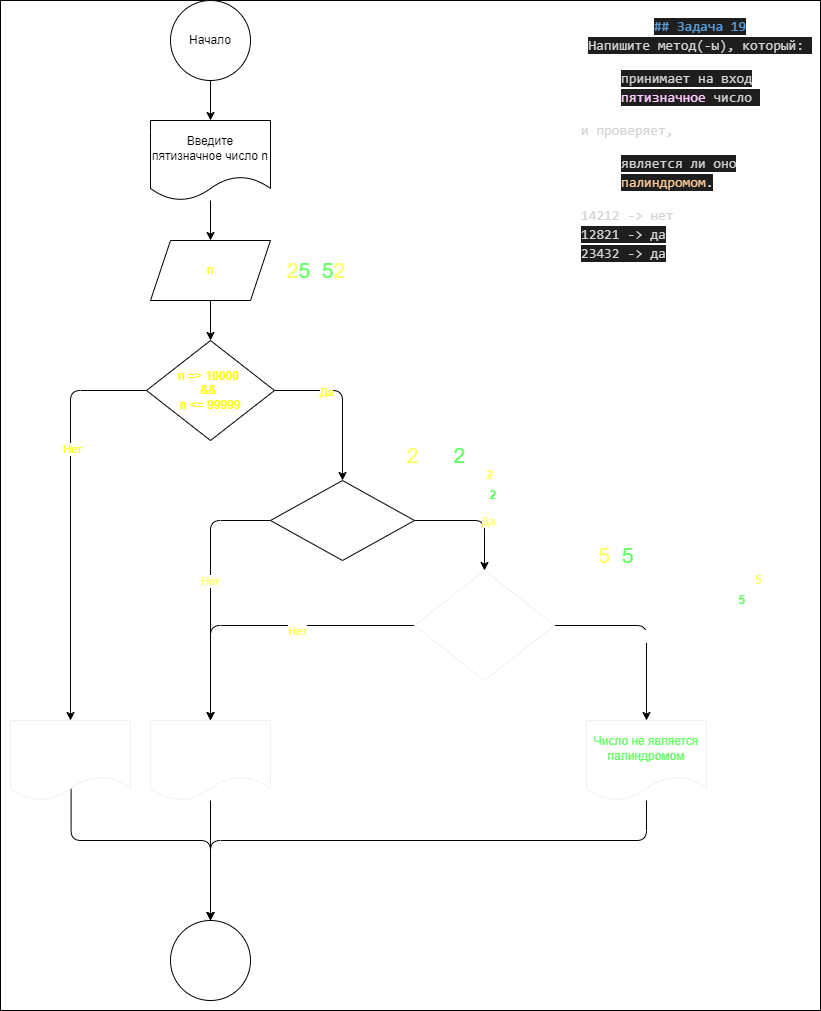
Above: Homework/Homewotk_03/Ex019/diagramma.drawio.png in dvmax1984/Csharp25022023 (draw.io), before the change. Source tidied: cells renumbered, new cells last; positions are measured from the earlier drawing's top-left corner, leaving out a move shared by most shapes.
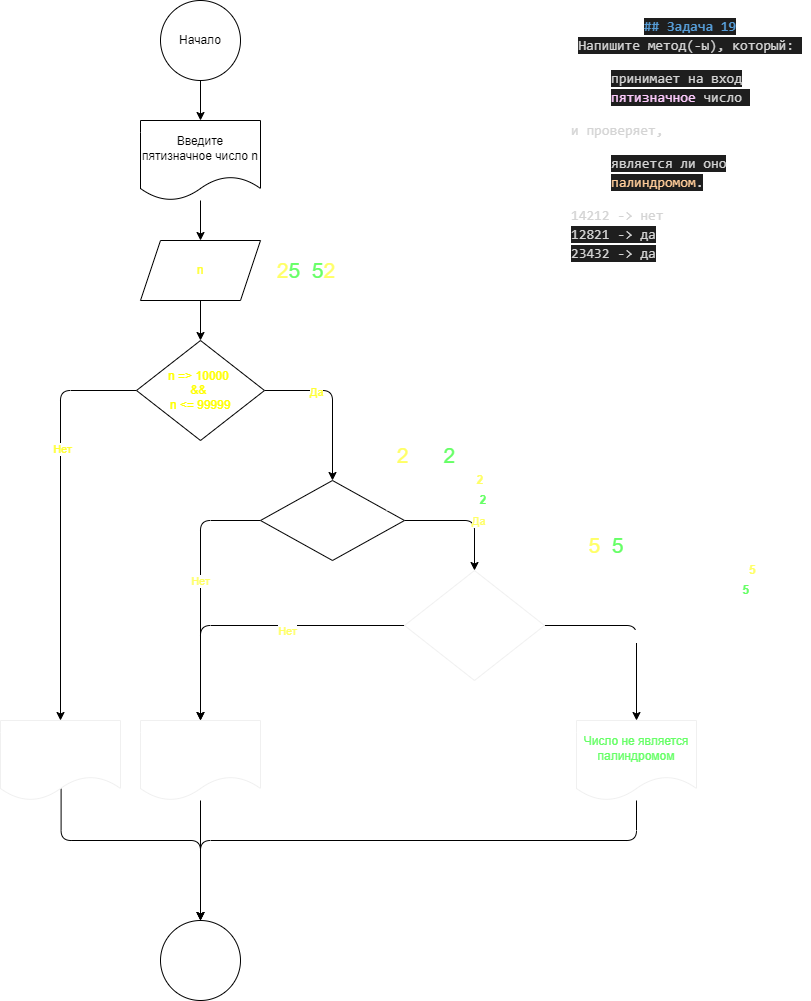
The same file after the commit.

Commit message:
Обновил диграмму в задаче HW03Ex019

What changed in the source:
```diff
@@ -2,9 +2,6 @@
   <root>
     <mxCell id="0" />
     <mxCell id="1" parent="0" />
-    <mxCell id="2" style="rounded=0;whiteSpace=wrap;html=1;" parent="1" vertex="1">
-      <mxGeometry width="820" height="1010" as="geometry" />
-    </mxCell>
     <mxCell id="3" value="&lt;div style=&quot;line-height: 19px;&quot;&gt;&lt;div style=&quot;color: rgb(212, 212, 212); font-family: Consolas, &amp;quot;Courier New&amp;quot;, monospace; font-size: 14px;&quot;&gt;&lt;span style=&quot;color: rgb(86, 156, 214); font-weight: bold; background-color: rgb(30, 30, 30);&quot;&gt;## Задача 19&lt;/span&gt;&lt;/div&gt;&lt;div style=&quot;font-family: Consolas, &amp;quot;Courier New&amp;quot;, monospace; font-size: 14px;&quot;&gt;&lt;span style=&quot;background-color: rgb(30, 30, 30);&quot;&gt;&lt;span style=&quot;color: rgb(212, 212, 212); text-align: left;&quot;&gt;Напишите метод(-ы), который:&amp;nbsp;&lt;/span&gt;&lt;br&gt;&lt;/span&gt;&lt;ul style=&quot;&quot;&gt;&lt;li style=&quot;text-align: left;&quot;&gt;&lt;span style=&quot;background-color: rgb(30, 30, 30);&quot;&gt;&lt;font color=&quot;#d4d4d4&quot;&gt;принимает на вход &lt;/font&gt;&lt;font color=&quot;#ffccff&quot;&gt;пятизначное &lt;/font&gt;&lt;font color=&quot;#d4d4d4&quot;&gt;число&amp;nbsp;&lt;/font&gt;&lt;/span&gt;&lt;/li&gt;&lt;/ul&gt;&lt;span style=&quot;color: rgb(212, 212, 212); background-color: rgb(30, 30, 30);&quot;&gt;&lt;div style=&quot;text-align: left;&quot;&gt;и проверяет,&amp;nbsp;&lt;/div&gt;&lt;/span&gt;&lt;ul style=&quot;&quot;&gt;&lt;li style=&quot;text-align: left;&quot;&gt;&lt;span style=&quot;background-color: rgb(30, 30, 30);&quot;&gt;&lt;font color=&quot;#d4d4d4&quot;&gt;является ли оно &lt;/font&gt;&lt;font color=&quot;#ffcc99&quot;&gt;палиндромом&lt;/font&gt;&lt;font color=&quot;#d4d4d4&quot;&gt;.&lt;/font&gt;&lt;/span&gt;&lt;/li&gt;&lt;/ul&gt;&lt;span style=&quot;color: rgb(212, 212, 212); background-color: rgb(30, 30, 30);&quot;&gt;&lt;div style=&quot;text-align: left;&quot;&gt;14212 -&amp;gt; нет&lt;/div&gt;&lt;/span&gt;&lt;div style=&quot;color: rgb(212, 212, 212); text-align: left;&quot;&gt;&lt;span style=&quot;background-color: rgb(30, 30, 30);&quot;&gt;12821 -&amp;gt; да&lt;/span&gt;&lt;/div&gt;&lt;/div&gt;&lt;div style=&quot;&quot;&gt;&lt;div style=&quot;text-align: left;&quot;&gt;&lt;font style=&quot;&quot; face=&quot;Consolas, Courier New, monospace&quot; color=&quot;#d4d4d4&quot;&gt;&lt;span style=&quot;font-size: 14px; background-color: rgb(30, 30, 30);&quot;&gt;23432 -&amp;gt; да&lt;/span&gt;&lt;/font&gt;&lt;/div&gt;&lt;/div&gt;&lt;/div&gt;" style="text;strokeColor=none;align=center;fillColor=none;html=1;verticalAlign=middle;whiteSpace=wrap;rounded=0;fontColor=#ffffff;" parent="1" vertex="1">
       <mxGeometry x="580" y="10" width="240" height="260" as="geometry" />
     </mxCell>
@@ -70,14 +67,14 @@
     <mxCell id="22" value="&lt;font color=&quot;#ffffff&quot;&gt;n % 10&amp;nbsp;==&amp;nbsp;n / 10000&lt;/font&gt;" style="rhombus;whiteSpace=wrap;html=1;fontColor=#FFFF33;" parent="1" vertex="1">
       <mxGeometry x="270" y="480" width="144" height="80" as="geometry" />
     </mxCell>
-    <mxCell id="23" value="&lt;font style=&quot;font-size: 21px;&quot;&gt;&lt;font style=&quot;font-size: 21px;&quot; color=&quot;#ffff66&quot;&gt;2&lt;/font&gt;&lt;font style=&quot;font-size: 21px;&quot; color=&quot;#66ff66&quot;&gt;5&lt;/font&gt;&lt;font style=&quot;font-size: 21px;&quot; color=&quot;#ffffff&quot;&gt;1&lt;/font&gt;&lt;font style=&quot;font-size: 21px;&quot; color=&quot;#66ff66&quot;&gt;5&lt;/font&gt;&lt;font style=&quot;font-size: 21px;&quot; color=&quot;#ffff66&quot;&gt;2&lt;/font&gt;&lt;/font&gt;" style="text;strokeColor=none;align=center;fillColor=none;html=1;verticalAlign=middle;whiteSpace=wrap;rounded=0;fontColor=#FFFF33;" parent="1" vertex="1">
+    <mxCell id="23" value="&lt;font style=&quot;font-size: 21px;&quot;&gt;&lt;font style=&quot;font-size: 21px;&quot; color=&quot;#ffff66&quot;&gt;2&lt;/font&gt;&lt;font style=&quot;font-size: 21px;&quot; color=&quot;#66ff66&quot;&gt;5&lt;/font&gt;&lt;font style=&quot;font-size: 21px;&quot; color=&quot;#ffffff&quot;&gt;1&lt;/font&gt;&lt;font style=&quot;font-size: 21px;&quot; color=&quot;#66ff66&quot;&gt;5&lt;/font&gt;&lt;font style=&quot;font-size: 21px;&quot; color=&quot;#ffff66&quot;&gt;2&lt;/font&gt;&lt;/font&gt;" style="text;strokeColor=none;align=center;fillColor=default;html=1;verticalAlign=middle;whiteSpace=wrap;rounded=0;fontColor=#FFFF33;" parent="1" vertex="1">
       <mxGeometry x="286" y="255" width="60" height="30" as="geometry" />
     </mxCell>
-    <mxCell id="24" value="&lt;font color=&quot;#ffffff&quot;&gt;25152 % 10 = &lt;/font&gt;&lt;font color=&quot;#ffff66&quot;&gt;&lt;b&gt;2&lt;/b&gt;&lt;/font&gt;" style="text;strokeColor=none;align=center;fillColor=none;html=1;verticalAlign=middle;whiteSpace=wrap;rounded=0;fontColor=#FFFF33;" parent="1" vertex="1">
-      <mxGeometry x="396" y="460" width="110" height="30" as="geometry" />
+    <mxCell id="24" value="&lt;font color=&quot;#ffffff&quot;&gt;25152 % 10 = &lt;/font&gt;&lt;font color=&quot;#ffff66&quot;&gt;&lt;b&gt;2&lt;/b&gt;&lt;/font&gt;" style="text;strokeColor=none;align=center;fillColor=default;html=1;verticalAlign=middle;whiteSpace=wrap;rounded=0;fontColor=#FFFF33;" parent="1" vertex="1">
+      <mxGeometry x="396" y="470" width="110" height="20" as="geometry" />
     </mxCell>
-    <mxCell id="25" value="&lt;font color=&quot;#ffffff&quot;&gt;25152 / 1000 = &lt;/font&gt;&lt;font color=&quot;#66ff66&quot;&gt;&lt;b&gt;2&lt;/b&gt;&lt;/font&gt;" style="text;strokeColor=none;align=center;fillColor=none;html=1;verticalAlign=middle;whiteSpace=wrap;rounded=0;fontColor=#FFFF33;" parent="1" vertex="1">
-      <mxGeometry x="396" y="480" width="110" height="30" as="geometry" />
+    <mxCell id="25" value="&lt;font color=&quot;#ffffff&quot;&gt;25152 / 1000 = &lt;/font&gt;&lt;font color=&quot;#66ff66&quot;&gt;&lt;b&gt;2&lt;/b&gt;&lt;/font&gt;" style="text;strokeColor=none;align=center;fillColor=default;html=1;verticalAlign=middle;whiteSpace=wrap;rounded=0;fontColor=#FFFF33;" parent="1" vertex="1">
+      <mxGeometry x="396" y="490" width="110" height="20" as="geometry" />
     </mxCell>
     <mxCell id="26" style="edgeStyle=orthogonalEdgeStyle;html=1;exitX=0;exitY=0.5;exitDx=0;exitDy=0;entryX=0.5;entryY=0;entryDx=0;entryDy=0;fontSize=21;fontColor=#66FF66;" parent="1" edge="1" source="30" target="32">
       <mxGeometry relative="1" as="geometry" />
@@ -104,16 +101,16 @@
     <mxCell id="32" value="&lt;font color=&quot;#ffffff&quot;&gt;Число не является палиндромом&lt;/font&gt;" style="shape=document;whiteSpace=wrap;html=1;boundedLbl=1;strokeColor=#F0F0F0;fontColor=#FFFF66;" parent="1" vertex="1">
       <mxGeometry x="150" y="720" width="120" height="80" as="geometry" />
     </mxCell>
-    <mxCell id="33" value="25152 / 1000 = 25.152 % 10 = &lt;font color=&quot;#ffff66&quot;&gt;&lt;b&gt;5&lt;/b&gt;&lt;/font&gt;" style="text;strokeColor=none;align=center;fillColor=none;html=1;verticalAlign=middle;whiteSpace=wrap;rounded=0;fontColor=#FFFFFF;" parent="1" vertex="1">
-      <mxGeometry x="576" y="560" width="200" height="40" as="geometry" />
+    <mxCell id="33" value="25152 / 1000 = 25.152 % 10 = &lt;font color=&quot;#ffff66&quot;&gt;&lt;b&gt;5&lt;/b&gt;&lt;/font&gt;" style="text;strokeColor=none;align=center;fillColor=default;html=1;verticalAlign=middle;whiteSpace=wrap;rounded=0;fontColor=#FFFFFF;" parent="1" vertex="1">
+      <mxGeometry x="580" y="560" width="200" height="20" as="geometry" />
     </mxCell>
-    <mxCell id="34" value="&lt;font style=&quot;font-size: 21px;&quot;&gt;&lt;font style=&quot;color: rgb(255, 255, 255); font-size: 21px;&quot;&gt;2&lt;/font&gt;&lt;font color=&quot;#ffff66&quot; style=&quot;font-size: 21px;&quot;&gt;5&lt;/font&gt;&lt;font style=&quot;color: rgb(255, 255, 255); font-size: 21px;&quot;&gt;1&lt;/font&gt;&lt;font color=&quot;#66ff66&quot; style=&quot;font-size: 21px;&quot;&gt;5&lt;/font&gt;&lt;font style=&quot;color: rgb(255, 255, 255); font-size: 21px;&quot;&gt;2&lt;/font&gt;&lt;/font&gt;" style="text;strokeColor=none;align=center;fillColor=none;html=1;verticalAlign=middle;whiteSpace=wrap;rounded=0;fontColor=#FFFF33;" parent="1" vertex="1">
-      <mxGeometry x="586" y="540" width="60" height="30" as="geometry" />
+    <mxCell id="34" value="&lt;font style=&quot;font-size: 21px;&quot;&gt;&lt;font style=&quot;color: rgb(255, 255, 255); font-size: 21px;&quot;&gt;2&lt;/font&gt;&lt;font color=&quot;#ffff66&quot; style=&quot;font-size: 21px;&quot;&gt;5&lt;/font&gt;&lt;font style=&quot;color: rgb(255, 255, 255); font-size: 21px;&quot;&gt;1&lt;/font&gt;&lt;font color=&quot;#66ff66&quot; style=&quot;font-size: 21px;&quot;&gt;5&lt;/font&gt;&lt;font style=&quot;color: rgb(255, 255, 255); font-size: 21px;&quot;&gt;2&lt;/font&gt;&lt;/font&gt;" style="text;strokeColor=none;align=center;fillColor=default;html=1;verticalAlign=middle;whiteSpace=wrap;rounded=0;fontColor=#FFFF33;" parent="1" vertex="1">
+      <mxGeometry x="586" y="530" width="60" height="30" as="geometry" />
     </mxCell>
-    <mxCell id="35" value="25152 / 10 = 2515.2 % 10 = &lt;font color=&quot;#66ff66&quot;&gt;&lt;b&gt;5&lt;/b&gt;&lt;/font&gt;" style="text;strokeColor=none;align=center;fillColor=none;html=1;verticalAlign=middle;whiteSpace=wrap;rounded=0;fontColor=#FFFFFF;" parent="1" vertex="1">
-      <mxGeometry x="566" y="580" width="200" height="40" as="geometry" />
+    <mxCell id="35" value="25152 / 10 = 2515.2 % 10 = &lt;font color=&quot;#66ff66&quot;&gt;&lt;b&gt;5&lt;/b&gt;&lt;/font&gt;" style="text;strokeColor=none;align=center;fillColor=default;html=1;verticalAlign=middle;whiteSpace=wrap;rounded=0;fontColor=#FFFFFF;" parent="1" vertex="1">
+      <mxGeometry x="580" y="580" width="200" height="20" as="geometry" />
     </mxCell>
-    <mxCell id="36" value="&lt;font style=&quot;font-size: 21px;&quot;&gt;&lt;font color=&quot;#ffff66&quot; style=&quot;font-size: 21px;&quot;&gt;2&lt;/font&gt;&lt;font color=&quot;#ffffff&quot; style=&quot;font-size: 21px;&quot;&gt;5&lt;/font&gt;&lt;font style=&quot;color: rgb(255, 255, 255); font-size: 21px;&quot;&gt;15&lt;/font&gt;&lt;font color=&quot;#66ff66&quot; style=&quot;font-size: 21px;&quot;&gt;2&lt;/font&gt;&lt;/font&gt;" style="text;strokeColor=none;align=center;fillColor=none;html=1;verticalAlign=middle;whiteSpace=wrap;rounded=0;fontColor=#FFFF33;" parent="1" vertex="1">
+    <mxCell id="36" value="&lt;font style=&quot;font-size: 21px;&quot;&gt;&lt;font color=&quot;#ffff66&quot; style=&quot;font-size: 21px;&quot;&gt;2&lt;/font&gt;&lt;font color=&quot;#ffffff&quot; style=&quot;font-size: 21px;&quot;&gt;5&lt;/font&gt;&lt;font style=&quot;color: rgb(255, 255, 255); font-size: 21px;&quot;&gt;15&lt;/font&gt;&lt;font color=&quot;#66ff66&quot; style=&quot;font-size: 21px;&quot;&gt;2&lt;/font&gt;&lt;/font&gt;" style="text;strokeColor=none;align=center;fillColor=default;html=1;verticalAlign=middle;whiteSpace=wrap;rounded=0;fontColor=#FFFF33;" parent="1" vertex="1">
       <mxGeometry x="406" y="440" width="60" height="30" as="geometry" />
     </mxCell>
     <mxCell id="37" style="edgeStyle=orthogonalEdgeStyle;html=1;entryX=0.5;entryY=0;entryDx=0;entryDy=0;fontSize=11;fontColor=#FFFFFF;" parent="1" edge="1" source="38" target="17">
```
